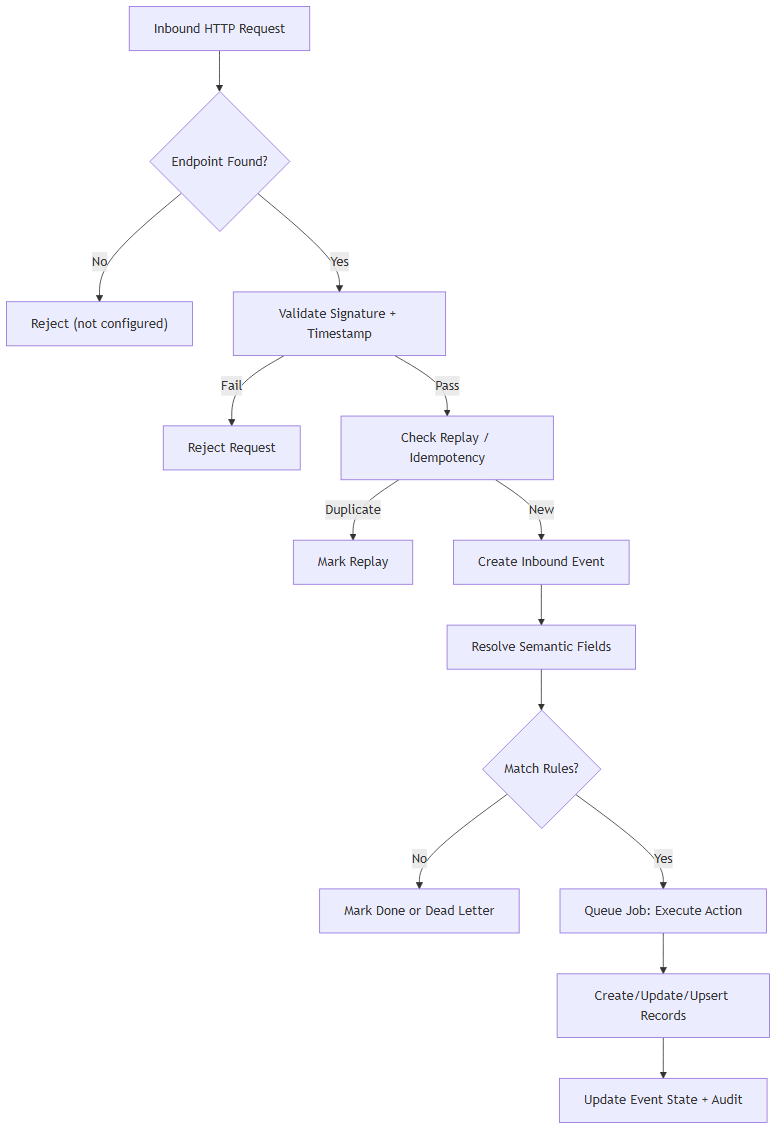
Before: bwt_webhooks_inbound/static/description/diagrams/webhooks-inbound-flow.png, a diagram exported from Mermaid (bitwise-hq/odoo-webhooks). Its source is kept beside it as docs/diagrams/webhooks-inbound-flow.mmd.
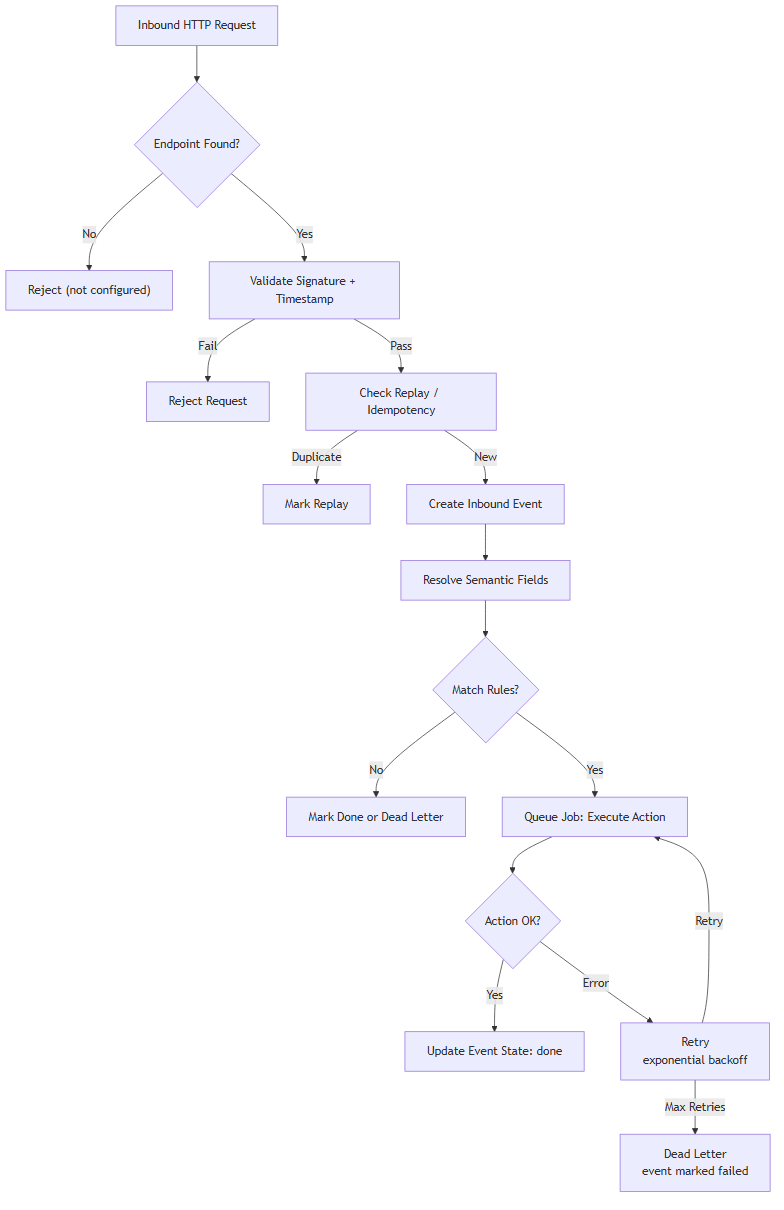
The same diagram one commit later.

Commit message:
[IMP] docs: add retry and dead-letter paths to inbound and outbound flow diagrams

Change to the diagram source:
```diff
@@ -10,5 +10,8 @@
   H --> I{"Match Rules?"}
   I -- No --> J["Mark Done or Dead Letter"]
   I -- Yes --> K["Queue Job: Execute Action"]
-  K --> L["Create/Update/Upsert Records"]
-  L --> M["Update Event State + Audit"]
+  K --> L{"Action OK?"}
+  L -- Yes --> M["Update Event State: done"]
+  L -- Error --> N["Retry\nexponential backoff"]
+  N -- Max Retries --> O["Dead Letter\nevent marked failed"]
+  N -- Retry --> K
```
